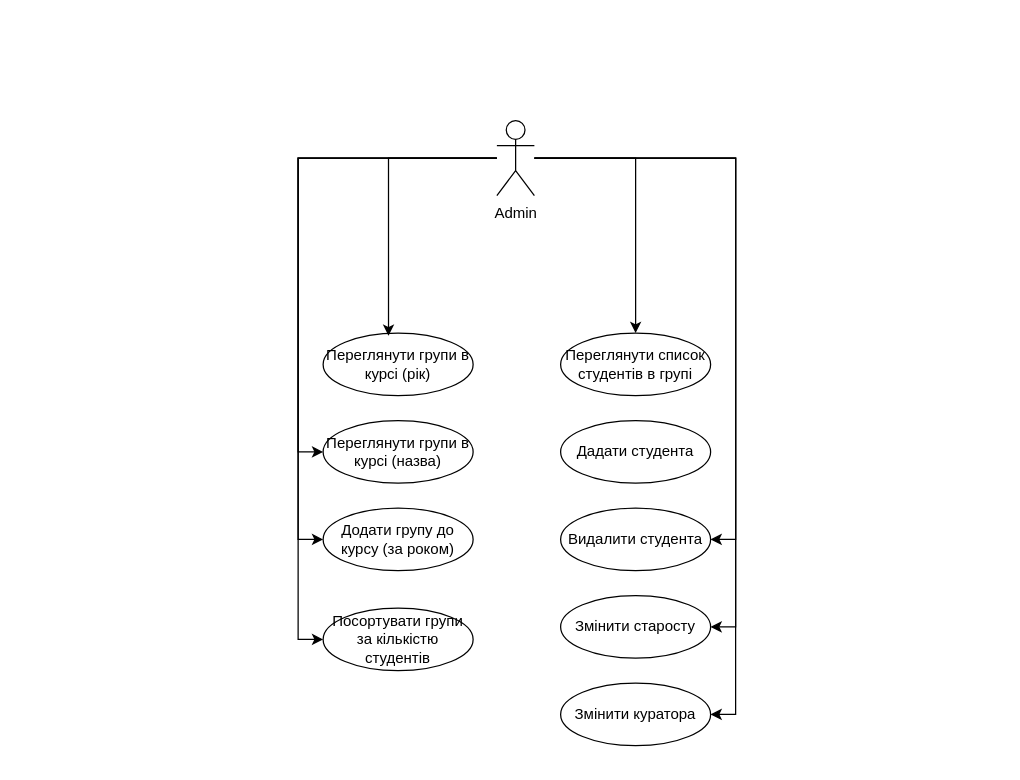
The draw.io diagram Діаграма без назви.drawio in phlpss/coursework, before the edit. Source tidied: cells renumbered, new cells numbered last; positions are measured from the earlier drawing's top-left corner, leaving out a move shared by most shapes. Both pictures are drawn from the tidied source at 125%, with x=0, y=0 at pixel (322, 120).
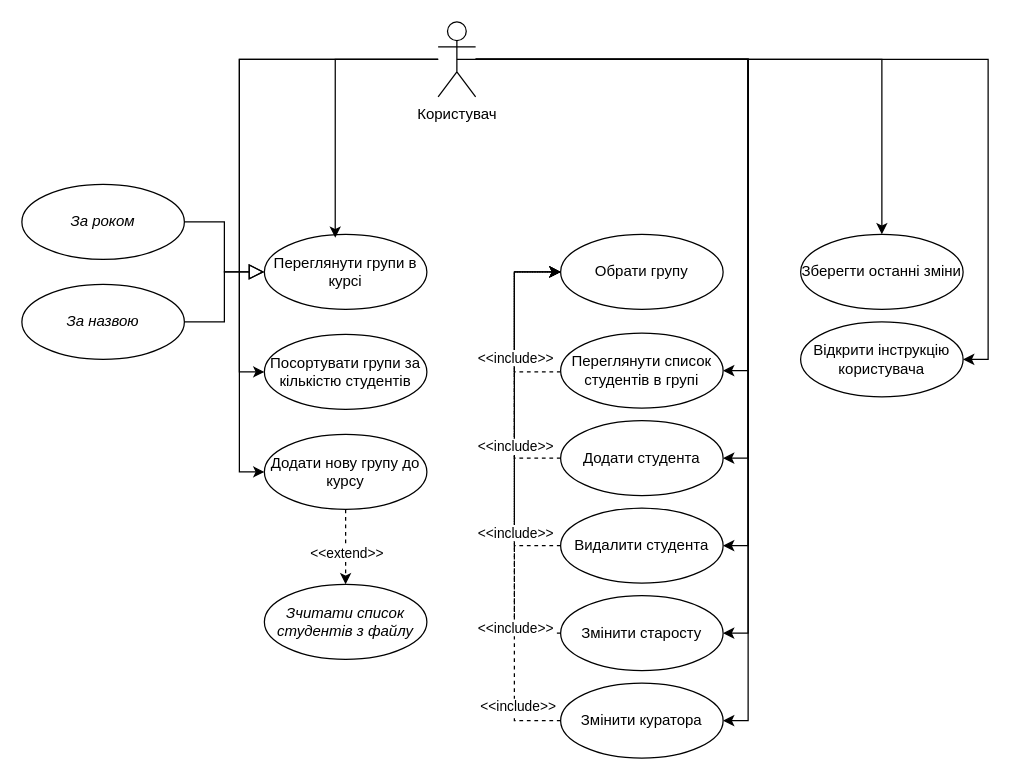
The same page after the edit.

Change to the diagram source:
```diff
@@
-    <mxCell id="2" style="edgeStyle=orthogonalEdgeStyle;rounded=0;jettySize=auto;html=1;entryX=0;entryY=0.5;entryDx=0;entryDy=0;" parent="1" edge="1" source="9" target="10">
-      <mxGeometry relative="1" as="geometry" />
-    </mxCell>
@@
-    <mxCell id="4" style="edgeStyle=orthogonalEdgeStyle;rounded=0;jettySize=auto;html=1;entryX=0.5;entryY=0;entryDx=0;entryDy=0;" parent="1" edge="1" source="9" target="16">
-      <mxGeometry relative="1" as="geometry" />
-    </mxCell>
@@
+    <mxCell id="20" style="edgeStyle=orthogonalEdgeStyle;rounded=0;jettySize=auto;html=1;exitX=0.5;exitY=0.5;exitDx=0;exitDy=0;exitPerimeter=0;entryX=0.5;entryY=0;entryDx=0;entryDy=0;" parent="1" edge="1" source="9" target="34">
+      <mxGeometry relative="1" as="geometry" />
+    </mxCell>
+    <mxCell id="4" style="edgeStyle=orthogonalEdgeStyle;rounded=0;jettySize=auto;html=1;entryX=1;entryY=0.5;entryDx=0;entryDy=0;" parent="1" edge="1" source="9" target="16">
+      <mxGeometry relative="1" as="geometry" />
+    </mxCell>
+    <mxCell id="21" style="edgeStyle=orthogonalEdgeStyle;rounded=0;jettySize=auto;html=1;entryX=1;entryY=0.5;entryDx=0;entryDy=0;" parent="1" edge="1" source="9" target="14">
+      <mxGeometry relative="1" as="geometry" />
+    </mxCell>
-    <mxCell id="9" value="Admin" style="shape=umlActor;verticalLabelPosition=bottom;verticalAlign=top;html=1;outlineConnect=0;" parent="1" vertex="1">
-      <mxGeometry x="139" width="30" height="60" as="geometry" />
+    <mxCell id="9" value="Користувач" style="shape=umlActor;verticalLabelPosition=bottom;verticalAlign=top;html=1;outlineConnect=0;" parent="1" vertex="1">
+      <mxGeometry x="92" y="-79" width="30" height="60" as="geometry" />
     </mxCell>
-    <mxCell id="10" value="Переглянути групи в курсі (назва)" style="ellipse;whiteSpace=wrap;html=1;" parent="1" vertex="1">
-      <mxGeometry y="240" width="120" height="50" as="geometry" />
-    </mxCell>
-    <mxCell id="11" value="Додати групу до курсу (за роком)" style="ellipse;whiteSpace=wrap;html=1;" parent="1" vertex="1">
-      <mxGeometry y="310" width="120" height="50" as="geometry" />
+    <mxCell id="11" value="Посортувати групи за кількістю студентів" style="ellipse;whiteSpace=wrap;html=1;" parent="1" vertex="1">
+      <mxGeometry x="-47" y="171" width="130" height="60" as="geometry" />
     </mxCell>
-    <mxCell id="12" value="Переглянути групи в курсі (рік)" style="ellipse;whiteSpace=wrap;html=1;" parent="1" vertex="1">
-      <mxGeometry y="170" width="120" height="50" as="geometry" />
+    <mxCell id="12" value="Переглянути групи в курсі" style="ellipse;whiteSpace=wrap;html=1;" parent="1" vertex="1">
+      <mxGeometry x="-47" y="91" width="130" height="60" as="geometry" />
     </mxCell>
+    <mxCell id="22" style="edgeStyle=orthogonalEdgeStyle;rounded=0;jettySize=auto;html=1;dashed=1;" parent="1" edge="1" source="13" target="42">
+      <mxGeometry relative="1" as="geometry">
+        <Array as="points">
+          <mxPoint x="153" y="480" />
+          <mxPoint x="153" y="121" />
+        </Array>
+      </mxGeometry>
+    </mxCell>
+    <mxCell id="23" value="&amp;lt;&amp;lt;include&amp;gt;&amp;gt;" style="edgeLabel;html=1;align=center;verticalAlign=middle;" parent="22" vertex="1">
+      <mxGeometry x="-0.77" y="-2" relative="1" as="geometry">
+        <mxPoint y="1" as="offset" />
+      </mxGeometry>
+    </mxCell>
     <mxCell id="13" value="Змінити куратора" style="ellipse;whiteSpace=wrap;html=1;" parent="1" vertex="1">
-      <mxGeometry x="190" y="450" width="120" height="50" as="geometry" />
+      <mxGeometry x="190" y="450" width="130" height="60" as="geometry" />
     </mxCell>
+    <mxCell id="24" style="edgeStyle=orthogonalEdgeStyle;rounded=0;jettySize=auto;html=1;entryX=0;entryY=0.5;entryDx=0;entryDy=0;dashed=1;" parent="1" edge="1" source="14" target="42">
+      <mxGeometry relative="1" as="geometry">
+        <Array as="points">
+          <mxPoint x="153" y="270" />
+          <mxPoint x="153" y="121" />
+        </Array>
+      </mxGeometry>
+    </mxCell>
-    <mxCell id="14" value="Дадати студента" style="ellipse;whiteSpace=wrap;html=1;" parent="1" vertex="1">
-      <mxGeometry x="190" y="240" width="120" height="50" as="geometry" />
+    <mxCell id="14" value="Додати студента" style="ellipse;whiteSpace=wrap;html=1;" parent="1" vertex="1">
+      <mxGeometry x="190" y="240" width="130" height="60" as="geometry" />
     </mxCell>
+    <mxCell id="25" style="edgeStyle=orthogonalEdgeStyle;rounded=0;jettySize=auto;html=1;entryX=0;entryY=0.5;entryDx=0;entryDy=0;dashed=1;" parent="1" edge="1" source="15" target="42">
+      <mxGeometry relative="1" as="geometry">
+        <Array as="points">
+          <mxPoint x="153" y="340" />
+          <mxPoint x="153" y="121" />
+        </Array>
+      </mxGeometry>
+    </mxCell>
     <mxCell id="15" value="Видалити студента" style="ellipse;whiteSpace=wrap;html=1;" parent="1" vertex="1">
-      <mxGeometry x="190" y="310" width="120" height="50" as="geometry" />
+      <mxGeometry x="190" y="310" width="130" height="60" as="geometry" />
     </mxCell>
+    <mxCell id="26" style="edgeStyle=orthogonalEdgeStyle;rounded=0;jettySize=auto;html=1;entryX=0;entryY=0.5;entryDx=0;entryDy=0;dashed=1;" parent="1" edge="1" source="16" target="42">
+      <mxGeometry relative="1" as="geometry">
+        <Array as="points">
+          <mxPoint x="153" y="201" />
+          <mxPoint x="153" y="121" />
+        </Array>
+      </mxGeometry>
+    </mxCell>
     <mxCell id="16" value="Переглянути список студентів в групі" style="ellipse;whiteSpace=wrap;html=1;" parent="1" vertex="1">
-      <mxGeometry x="190" y="170" width="120" height="50" as="geometry" />
+      <mxGeometry x="190" y="170" width="130" height="60" as="geometry" />
     </mxCell>
+    <mxCell id="27" style="edgeStyle=orthogonalEdgeStyle;rounded=0;jettySize=auto;html=1;entryX=0;entryY=0.5;entryDx=0;entryDy=0;dashed=1;" parent="1" edge="1" source="17" target="42">
+      <mxGeometry relative="1" as="geometry">
+        <Array as="points">
+          <mxPoint x="153" y="410" />
+          <mxPoint x="153" y="121" />
+        </Array>
+      </mxGeometry>
+    </mxCell>
+    <mxCell id="28" value="&amp;lt;&amp;lt;include&amp;gt;&amp;gt;" style="edgeLabel;html=1;align=center;verticalAlign=middle;" parent="27" vertex="1">
+      <mxGeometry x="-0.77" relative="1" as="geometry" />
+    </mxCell>
+    <mxCell id="29" value="&amp;lt;&amp;lt;include&amp;gt;&amp;gt;" style="edgeLabel;html=1;align=center;verticalAlign=middle;" parent="27" vertex="1">
+      <mxGeometry x="-0.35" relative="1" as="geometry" />
+    </mxCell>
+    <mxCell id="30" value="&amp;lt;&amp;lt;include&amp;gt;&amp;gt;" style="edgeLabel;html=1;align=center;verticalAlign=middle;" parent="27" vertex="1">
+      <mxGeometry x="0.03" relative="1" as="geometry" />
+    </mxCell>
+    <mxCell id="31" value="&amp;lt;&amp;lt;include&amp;gt;&amp;gt;" style="edgeLabel;html=1;align=center;verticalAlign=middle;" parent="27" vertex="1">
+      <mxGeometry x="0.42" y="2" relative="1" as="geometry">
+        <mxPoint x="2" as="offset" />
+      </mxGeometry>
+    </mxCell>
     <mxCell id="17" value="Змінити старосту" style="ellipse;whiteSpace=wrap;html=1;" parent="1" vertex="1">
-      <mxGeometry x="190" y="380" width="120" height="50" as="geometry" />
+      <mxGeometry x="190" y="380" width="130" height="60" as="geometry" />
     </mxCell>
@@
+    <mxCell id="32" style="edgeStyle=orthogonalEdgeStyle;rounded=0;jettySize=auto;html=1;entryX=0.5;entryY=0;entryDx=0;entryDy=0;dashed=1;" parent="1" edge="1" source="19" target="37">
+      <mxGeometry relative="1" as="geometry" />
+    </mxCell>
+    <mxCell id="33" value="&amp;lt;&amp;lt;extend&amp;gt;&amp;gt;" style="edgeLabel;html=1;align=center;verticalAlign=middle;" parent="32" vertex="1">
+      <mxGeometry x="0.12" relative="1" as="geometry" />
+    </mxCell>
-    <mxCell id="19" value="Посортувати групи за кількістю студентів" style="ellipse;whiteSpace=wrap;html=1;" parent="1" vertex="1">
-      <mxGeometry y="390" width="120" height="50" as="geometry" />
+    <mxCell id="19" value="Додати нову групу до курсу" style="ellipse;whiteSpace=wrap;html=1;" parent="1" vertex="1">
+      <mxGeometry x="-47" y="251" width="130" height="60" as="geometry" />
     </mxCell>
+    <mxCell id="34" value="Зберегти останні зміни" style="ellipse;whiteSpace=wrap;html=1;" parent="1" vertex="1">
+      <mxGeometry x="382" y="91" width="130" height="60" as="geometry" />
+    </mxCell>
+    <mxCell id="35" value="Відкрити інструкцію користувача" style="ellipse;whiteSpace=wrap;html=1;" parent="1" vertex="1">
+      <mxGeometry x="382" y="161" width="130" height="60" as="geometry" />
+    </mxCell>
+    <mxCell id="36" style="edgeStyle=orthogonalEdgeStyle;rounded=0;jettySize=auto;html=1;entryX=1;entryY=0.5;entryDx=0;entryDy=0;" parent="1" edge="1" source="9" target="35">
+      <mxGeometry relative="1" as="geometry" />
+    </mxCell>
+    <mxCell id="37" value="&lt;i&gt;Зчитати список студентів з файлу&lt;/i&gt;" style="ellipse;whiteSpace=wrap;html=1;" parent="1" vertex="1">
+      <mxGeometry x="-47" y="371" width="130" height="60" as="geometry" />
+    </mxCell>
+    <mxCell id="38" style="edgeStyle=orthogonalEdgeStyle;rounded=0;jettySize=auto;html=1;entryX=0;entryY=0.5;entryDx=0;entryDy=0;endArrow=block;endFill=0;endSize=10;" parent="1" edge="1" source="39" target="12">
+      <mxGeometry relative="1" as="geometry" />
+    </mxCell>
+    <mxCell id="39" value="&lt;i&gt;За роком&lt;/i&gt;" style="ellipse;whiteSpace=wrap;html=1;" parent="1" vertex="1">
+      <mxGeometry x="-241" y="51" width="130" height="60" as="geometry" />
+    </mxCell>
+    <mxCell id="40" style="edgeStyle=orthogonalEdgeStyle;rounded=0;jettySize=auto;html=1;endArrow=block;endFill=0;endSize=10;" parent="1" edge="1" source="41" target="12">
+      <mxGeometry relative="1" as="geometry" />
+    </mxCell>
+    <mxCell id="41" value="&lt;i&gt;За назвою&lt;/i&gt;" style="ellipse;whiteSpace=wrap;html=1;" parent="1" vertex="1">
+      <mxGeometry x="-241" y="131" width="130" height="60" as="geometry" />
+    </mxCell>
+    <mxCell id="42" value="Обрати групу" style="ellipse;whiteSpace=wrap;html=1;" parent="1" vertex="1">
+      <mxGeometry x="190" y="91" width="130" height="60" as="geometry" />
+    </mxCell>
```
